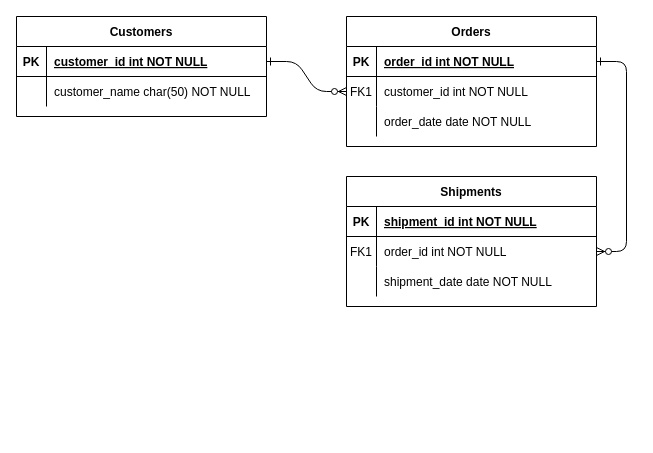
Before: Untitled Diagram.drawio in danimator1/Electronics_u2_full_stackathon, a draw.io diagram. Source tidied: cells renumbered, new cells numbered last; positions are measured from the earlier drawing's top-left corner, leaving out a move shared by most shapes. Both pictures are drawn from the tidied source at 100%, with x=0, y=0 at pixel (16, 16).
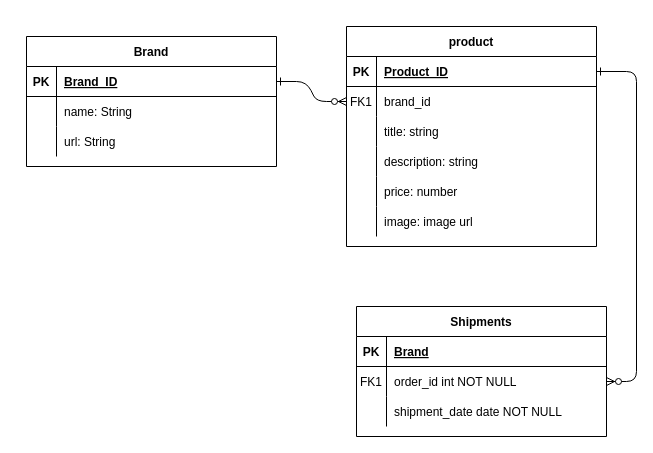
After the change.

Commit message:
App_diagram

Unchanged cells that the change refers to:
```xml
<mxCell id="5" style="shape=partialRectangle;fillColor=none;points=[[0,0.5],[1,0.5]];portConstraint=eastwest;top=0;left=0;right=0;bottom=1;" parent="4" vertex="1">
  <mxGeometry y="30" width="250" height="30" as="geometry" />
</mxCell>
<mxCell id="8" style="shape=partialRectangle;fillColor=none;points=[[0,0.5],[1,0.5]];portConstraint=eastwest;top=0;left=0;right=0;bottom=0;" parent="4" vertex="1">
  <mxGeometry y="60" width="250" height="30" as="geometry" />
</mxCell>
<mxCell id="11" style="shape=partialRectangle;fillColor=none;top=0;left=0;right=0;bottom=0;" parent="4" vertex="1">
  <mxGeometry y="90" width="250" height="30" as="geometry" />
</mxCell>
<mxCell id="15" style="shape=partialRectangle;fillColor=none;top=0;left=0;right=0;bottom=1;" parent="14" vertex="1">
  <mxGeometry y="30" width="250" height="30" as="geometry" />
</mxCell>
<mxCell id="25" style="shape=partialRectangle;fillColor=none;points=[[0,0.5],[1,0.5]];portConstraint=eastwest;top=0;left=0;right=0;bottom=1;" parent="24" vertex="1">
  <mxGeometry y="30" width="250" height="30" as="geometry" />
</mxCell>
<mxCell id="28" style="shape=partialRectangle;fillColor=none;top=0;left=0;right=0;bottom=0;" parent="24" vertex="1">
  <mxGeometry y="60" width="250" height="30" as="geometry" />
</mxCell>
```

Change to the diagram source:
```diff
@@
-    <mxCell id="4" value="Orders" style="shape=table;startSize=30;childLayout=tableLayout;rowLines=0;fontStyle=1;align=center;" parent="1" vertex="1">
-      <mxGeometry x="330" width="250" height="130" as="geometry" />
+    <mxCell id="4" value="product" style="shape=table;startSize=30;childLayout=tableLayout;rowLines=0;fontStyle=1;align=center;" parent="1" vertex="1">
+      <mxGeometry x="330" y="10" width="250" height="220" as="geometry" />
     </mxCell>
@@
-    <mxCell id="7" value="order_id int NOT NULL " style="shape=partialRectangle;overflow=hidden;fillColor=none;top=0;left=0;bottom=0;right=0;align=left;spacingLeft=6;fontStyle=5;" parent="5" vertex="1">
+    <mxCell id="7" value="Product_ID" style="shape=partialRectangle;overflow=hidden;fillColor=none;top=0;left=0;bottom=0;right=0;align=left;spacingLeft=6;fontStyle=5;" parent="5" vertex="1">
       <mxGeometry x="30" width="220" height="30" as="geometry" />
     </mxCell>
@@
-    <mxCell id="10" value="customer_id int NOT NULL" style="shape=partialRectangle;overflow=hidden;fillColor=none;top=0;left=0;bottom=0;right=0;align=left;spacingLeft=6;" parent="8" vertex="1">
+    <mxCell id="10" value="brand_id" style="shape=partialRectangle;overflow=hidden;fillColor=none;top=0;left=0;bottom=0;right=0;align=left;spacingLeft=6;" parent="8" vertex="1">
       <mxGeometry x="30" width="220" height="30" as="geometry" />
     </mxCell>
@@
-    <mxCell id="13" value="order_date date NOT NULL" style="shape=partialRectangle;overflow=hidden;fillColor=none;top=0;left=0;bottom=0;right=0;align=left;spacingLeft=6;" parent="11" vertex="1">
+    <mxCell id="13" value="title: string" style="shape=partialRectangle;overflow=hidden;fillColor=none;top=0;left=0;bottom=0;right=0;align=left;spacingLeft=6;" parent="11" vertex="1">
       <mxGeometry x="30" width="220" height="30" as="geometry" />
     </mxCell>
+    <mxCell id="31" style="shape=partialRectangle;fillColor=none;top=0;left=0;right=0;bottom=0;" parent="4" vertex="1">
+      <mxGeometry y="120" width="250" height="30" as="geometry" />
+    </mxCell>
+    <mxCell id="32" style="shape=partialRectangle;overflow=hidden;fillColor=none;top=0;left=0;bottom=0;right=0;" parent="31" vertex="1">
+      <mxGeometry width="30" height="30" as="geometry" />
+    </mxCell>
+    <mxCell id="33" value="description: string" style="shape=partialRectangle;overflow=hidden;fillColor=none;top=0;left=0;bottom=0;right=0;align=left;spacingLeft=6;" parent="31" vertex="1">
+      <mxGeometry x="30" width="220" height="30" as="geometry" />
+    </mxCell>
+    <mxCell id="34" style="shape=partialRectangle;fillColor=none;top=0;left=0;right=0;bottom=0;" parent="4" vertex="1">
+      <mxGeometry y="150" width="250" height="30" as="geometry" />
+    </mxCell>
+    <mxCell id="35" style="shape=partialRectangle;overflow=hidden;fillColor=none;top=0;left=0;bottom=0;right=0;" parent="34" vertex="1">
+      <mxGeometry width="30" height="30" as="geometry" />
+    </mxCell>
+    <mxCell id="36" value="price: number" style="shape=partialRectangle;overflow=hidden;fillColor=none;top=0;left=0;bottom=0;right=0;align=left;spacingLeft=6;" parent="34" vertex="1">
+      <mxGeometry x="30" width="220" height="30" as="geometry" />
+    </mxCell>
+    <mxCell id="37" style="shape=partialRectangle;fillColor=none;top=0;left=0;right=0;bottom=0;" parent="4" vertex="1">
+      <mxGeometry y="180" width="250" height="30" as="geometry" />
+    </mxCell>
+    <mxCell id="38" style="shape=partialRectangle;overflow=hidden;fillColor=none;top=0;left=0;bottom=0;right=0;" parent="37" vertex="1">
+      <mxGeometry width="30" height="30" as="geometry" />
+    </mxCell>
+    <mxCell id="39" value="image: image url" style="shape=partialRectangle;overflow=hidden;fillColor=none;top=0;left=0;bottom=0;right=0;align=left;spacingLeft=6;" parent="37" vertex="1">
+      <mxGeometry x="30" width="220" height="30" as="geometry" />
+    </mxCell>
     <mxCell id="14" value="Shipments" style="shape=table;startSize=30;childLayout=tableLayout;rowLines=0;fontStyle=1;align=center;" parent="1" vertex="1">
-      <mxGeometry x="330" y="160" width="250" height="130" as="geometry" />
+      <mxGeometry x="340" y="290" width="250" height="130" as="geometry" />
     </mxCell>
@@
-    <mxCell id="17" value="shipment_id int NOT NULL " style="shape=partialRectangle;overflow=hidden;fillColor=none;top=0;left=0;bottom=0;right=0;align=left;spacingLeft=6;fontStyle=5;" parent="15" vertex="1">
+    <mxCell id="17" value="Brand" style="shape=partialRectangle;overflow=hidden;fillColor=none;top=0;left=0;bottom=0;right=0;align=left;spacingLeft=6;fontStyle=5;" parent="15" vertex="1">
       <mxGeometry x="30" width="220" height="30" as="geometry" />
     </mxCell>
@@
-    <mxCell id="24" value="Customers" style="shape=table;startSize=30;childLayout=tableLayout;rowLines=0;fontStyle=1;align=center;" parent="1" vertex="1">
-      <mxGeometry width="250" height="100" as="geometry" />
+    <mxCell id="24" value="Brand" style="shape=table;startSize=30;childLayout=tableLayout;rowLines=0;fontStyle=1;align=center;" parent="1" vertex="1">
+      <mxGeometry x="10" y="20" width="250" height="130" as="geometry" />
     </mxCell>
@@
-    <mxCell id="27" value="customer_id int NOT NULL " style="shape=partialRectangle;overflow=hidden;fillColor=none;top=0;left=0;bottom=0;right=0;align=left;spacingLeft=6;fontStyle=5;" parent="25" vertex="1">
+    <mxCell id="27" value="Brand_ID" style="shape=partialRectangle;overflow=hidden;fillColor=none;top=0;left=0;bottom=0;right=0;align=left;spacingLeft=6;fontStyle=5;" parent="25" vertex="1">
       <mxGeometry x="30" width="220" height="30" as="geometry" />
     </mxCell>
@@
-    <mxCell id="30" value="customer_name char(50) NOT NULL" style="shape=partialRectangle;overflow=hidden;fillColor=none;top=0;left=0;bottom=0;right=0;align=left;spacingLeft=6;" parent="28" vertex="1">
+    <mxCell id="30" value="name: String " style="shape=partialRectangle;overflow=hidden;fillColor=none;top=0;left=0;bottom=0;right=0;align=left;spacingLeft=6;" parent="28" vertex="1">
       <mxGeometry x="30" width="220" height="30" as="geometry" />
     </mxCell>
+    <mxCell id="40" style="shape=partialRectangle;fillColor=none;top=0;left=0;right=0;bottom=0;" parent="24" vertex="1">
+      <mxGeometry y="90" width="250" height="30" as="geometry" />
+    </mxCell>
+    <mxCell id="41" style="shape=partialRectangle;overflow=hidden;fillColor=none;top=0;left=0;bottom=0;right=0;" parent="40" vertex="1">
+      <mxGeometry width="30" height="30" as="geometry" />
+    </mxCell>
+    <mxCell id="42" value="url: String" style="shape=partialRectangle;overflow=hidden;fillColor=none;top=0;left=0;bottom=0;right=0;align=left;spacingLeft=6;" parent="40" vertex="1">
+      <mxGeometry x="30" width="220" height="30" as="geometry" />
+    </mxCell>
```
